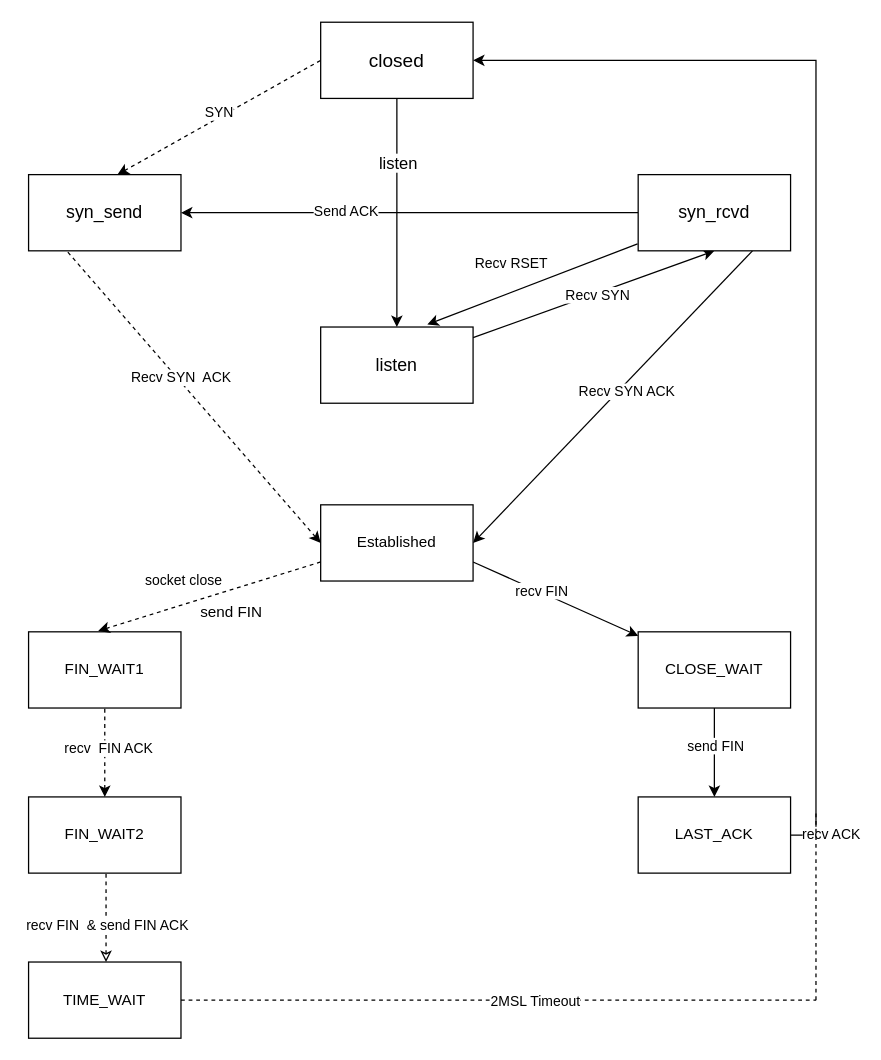
kot-Pixel/drawIo keeps this draw.io diagram as TCP状态迁移图.drawio. Above is the earlier version. Source tidied: cells renumbered, new cells numbered last; positions are measured from the earlier drawing's top-left corner, leaving out a move shared by most shapes. Both pictures are drawn from the tidied source at 127%, with x=0, y=0 at pixel (28, 22).
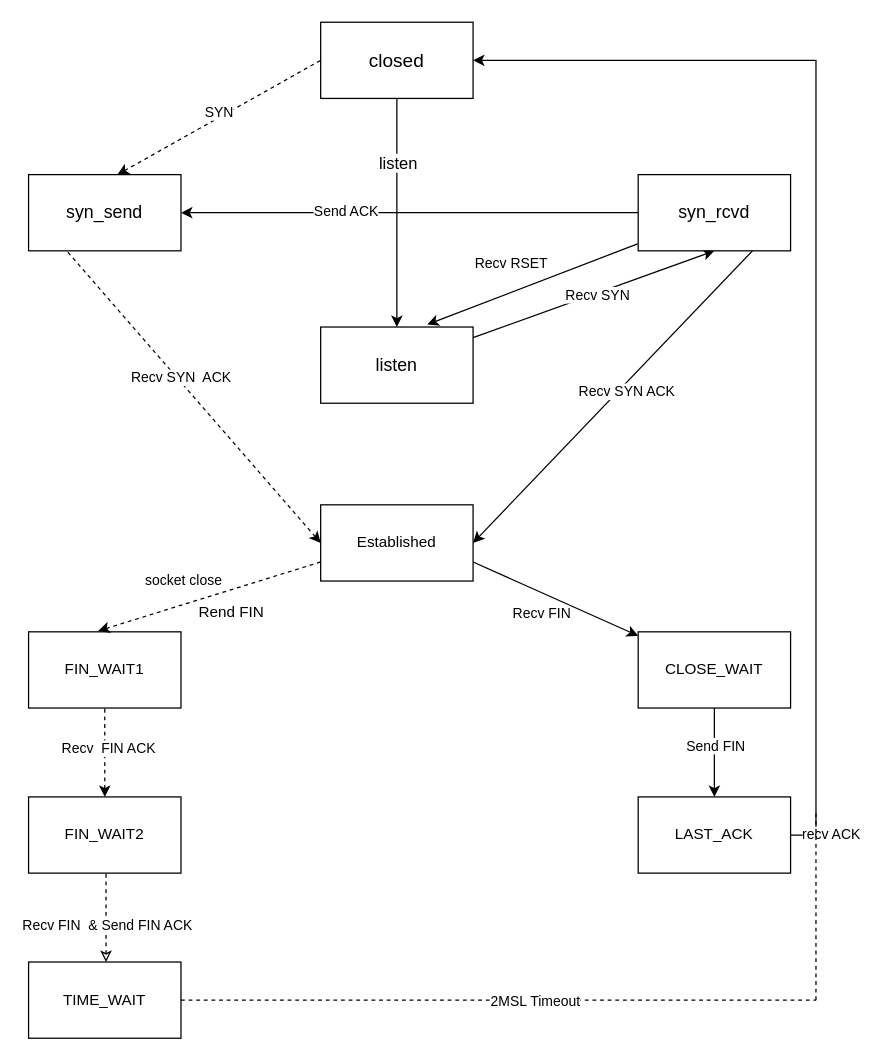
Above is the later version.

Commit message (it also covers changes not shown here):
更新TCP状态迁移图.drawio

Unchanged cells that the change refers to:
```xml
<mxCell id="18" style="rounded=0;jettySize=auto;html=1;exitX=1;exitY=0.75;exitDx=0;exitDy=0;" parent="1" edge="1" source="20" target="27">
  <mxGeometry relative="1" as="geometry" />
</mxCell>
<mxCell id="25" style="edgeStyle=orthogonalEdgeStyle;rounded=0;jettySize=auto;html=1;" parent="1" edge="1" source="27" target="38">
  <mxGeometry relative="1" as="geometry" />
</mxCell>
<mxCell id="31" style="endArrow=none;dashed=1;html=1;rounded=0;entryX=0.5;entryY=1;entryDx=0;entryDy=0;exitX=0.5;exitY=0;exitDx=0;exitDy=0;startArrow=classic;startFill=1;" parent="1" edge="1" source="24" target="23">
  <mxGeometry relative="1" as="geometry" />
</mxCell>
<mxCell id="34" style="endArrow=none;dashed=1;html=1;rounded=0;exitX=0.5;exitY=0;exitDx=0;exitDy=0;entryX=0.5;entryY=1;entryDx=0;entryDy=0;startArrow=classic;startFill=0;" parent="1" edge="1">
  <mxGeometry relative="1" as="geometry">
    <mxPoint x="61" y="740" as="sourcePoint" />
    <mxPoint x="61" y="670" as="targetPoint" />
  </mxGeometry>
</mxCell>
```

Diff of the diagram source:
```diff
@@
-    <mxCell id="19" value="recv FIN" style="edgeLabel;html=1;align=center;verticalAlign=middle;" parent="18" vertex="1">
-      <mxGeometry x="-0.19" y="1" relative="1" as="geometry" />
+    <mxCell id="19" value="Recv FIN" style="edgeLabel;html=1;align=center;verticalAlign=middle;" parent="18" vertex="1">
+      <mxGeometry x="-0.19" y="1" relative="1" as="geometry">
+        <mxPoint y="18" as="offset" />
+      </mxGeometry>
     </mxCell>
@@
-    <mxCell id="26" value="send FIN" style="edgeLabel;html=1;align=center;verticalAlign=middle;" parent="25" vertex="1">
+    <mxCell id="26" value="Send FIN" style="edgeLabel;html=1;align=center;verticalAlign=middle;" parent="25" vertex="1">
       <mxGeometry x="-0.16" relative="1" as="geometry" />
     </mxCell>
@@
-    <mxCell id="30" value="send FIN" style="text;html=1;whiteSpace=wrap;strokeColor=none;fillColor=none;align=center;verticalAlign=middle;rounded=0;" parent="1" vertex="1">
+    <mxCell id="30" value="Rend FIN" style="text;html=1;whiteSpace=wrap;strokeColor=none;fillColor=none;align=center;verticalAlign=middle;rounded=0;" parent="1" vertex="1">
       <mxGeometry x="130" y="450" width="60" height="30" as="geometry" />
     </mxCell>
@@
-    <mxCell id="32" value="recv&amp;nbsp; FIN ACK" style="edgeLabel;html=1;align=center;verticalAlign=middle;" parent="31" vertex="1">
+    <mxCell id="32" value="Recv&amp;nbsp; FIN ACK" style="edgeLabel;html=1;align=center;verticalAlign=middle;" parent="31" vertex="1">
       <mxGeometry x="0.11" y="-2" relative="1" as="geometry" />
     </mxCell>
@@
-    <mxCell id="35" value="recv FIN&amp;nbsp; &amp;amp; send FIN ACK" style="edgeLabel;html=1;align=center;verticalAlign=middle;" parent="34" vertex="1">
+    <mxCell id="35" value="Recv FIN&amp;nbsp; &amp;amp; Send FIN ACK" style="edgeLabel;html=1;align=center;verticalAlign=middle;" parent="34" vertex="1">
       <mxGeometry x="0.22" y="-2" relative="1" as="geometry">
         <mxPoint x="-2" y="13" as="offset" />
       </mxGeometry>
     </mxCell>
```
